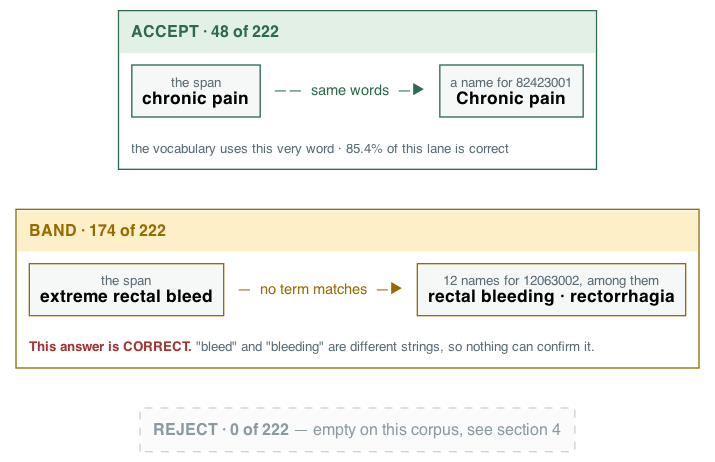
This is docs/figures/fig4a-accept-cadec.png from wbagais/reliability-ladder, a Graphviz export, as it was before one commit. Its source is kept beside it as docs/figures/fig4a-accept-cadec.dot. The source it was exported from:
```dot
digraph accept_cadec {
  rankdir=TB; bgcolor="white"; nodesep=0.28; ranksep=0.30;
  node [shape=none fontname="Helvetica" fontsize=12];

  acc [label=<<TABLE BORDER="1" CELLBORDER="0" CELLSPACING="0" CELLPADDING="9" COLOR="#2d6a4f">
    <TR><TD ALIGN="LEFT" BGCOLOR="#e3f0e6"><FONT POINT-SIZE="12" COLOR="#2d6a4f"><B>ACCEPT · 48 of 222</B></FONT></TD></TR>
    <TR><TD ALIGN="LEFT" BGCOLOR="#ffffff"><TABLE BORDER="0" CELLBORDER="1" CELLSPACING="0" CELLPADDING="7">
      <TR>
        <TD BGCOLOR="#f6f8f8"><FONT POINT-SIZE="10.5" COLOR="#5a6b73">the span</FONT><BR/><FONT POINT-SIZE="13"><B>chronic pain</B></FONT></TD>
        <TD BORDER="0"><FONT POINT-SIZE="11" COLOR="#2d6a4f"> &#8212;&#8212;  same words  &#8212;&#9654; </FONT></TD>
        <TD BGCOLOR="#f6f8f8"><FONT POINT-SIZE="10.5" COLOR="#5a6b73">a name for 82423001</FONT><BR/><FONT POINT-SIZE="13"><B>Chronic pain</B></FONT></TD>
      </TR></TABLE></TD></TR>
    <TR><TD ALIGN="LEFT" BGCOLOR="#ffffff"><FONT POINT-SIZE="10.5" COLOR="#5a6b73">the vocabulary uses this very word &#183; 85.4% of this lane is correct</FONT></TD></TR>
    </TABLE>>];

  band [label=<<TABLE BORDER="1" CELLBORDER="0" CELLSPACING="0" CELLPADDING="9" COLOR="#946c00">
    <TR><TD ALIGN="LEFT" BGCOLOR="#fdf0c8"><FONT POINT-SIZE="12" COLOR="#946c00"><B>BAND · 174 of 222</B></FONT></TD></TR>
    <TR><TD ALIGN="LEFT" BGCOLOR="#ffffff"><TABLE BORDER="0" CELLBORDER="1" CELLSPACING="0" CELLPADDING="7">
      <TR>
        <TD BGCOLOR="#f6f8f8"><FONT POINT-SIZE="10.5" COLOR="#5a6b73">the span</FONT><BR/><FONT POINT-SIZE="13"><B>extreme rectal bleed</B></FONT></TD>
        <TD BORDER="0"><FONT POINT-SIZE="11" COLOR="#946c00"> &#8212;  no term matches  &#8212;&#9654; </FONT></TD>
        <TD BGCOLOR="#f6f8f8"><FONT POINT-SIZE="10.5" COLOR="#5a6b73">12 names for 12063002, among them</FONT><BR/><FONT POINT-SIZE="13"><B>rectal bleeding &#183; rectorrhagia</B></FONT></TD>
      </TR></TABLE></TD></TR>
    <TR><TD ALIGN="LEFT" BGCOLOR="#ffffff"><FONT POINT-SIZE="10.5" COLOR="#a33333"><B>This answer is CORRECT.</B> <FONT COLOR="#5a6b73">"bleed" and "bleeding" are different strings, so nothing can confirm it.</FONT></FONT></TD></TR>
    </TABLE>>];

  rej [label=<<TABLE BORDER="1" CELLBORDER="0" CELLSPACING="0" CELLPADDING="9" COLOR="#c8d1d5" STYLE="dashed">
    <TR><TD ALIGN="LEFT" BGCOLOR="#fbfbfb"><FONT POINT-SIZE="12" COLOR="#8a9aa1"><B>REJECT &#183; 0 of 222</B> &#8212; empty on this corpus, see section 4</FONT></TD></TR>
    </TABLE>>];

  acc -> band [style=invis]; band -> rej [style=invis];
}
```
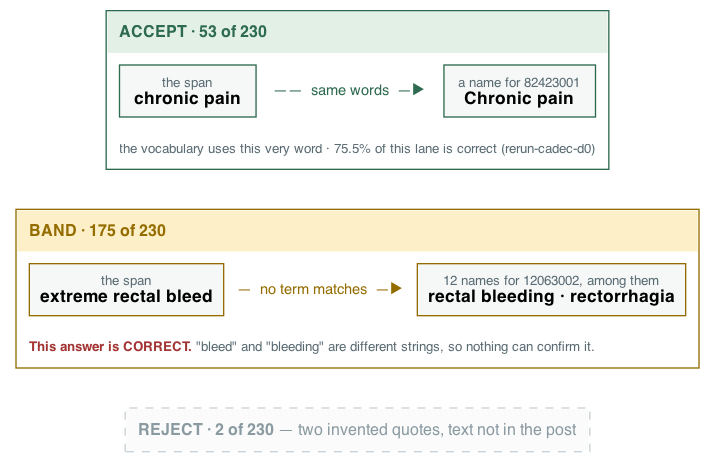
Later version of the same file.

Change to the diagram source:
```diff
@@ -3,18 +3,18 @@
   node [shape=none fontname="Helvetica" fontsize=12];
 
   acc [label=<<TABLE BORDER="1" CELLBORDER="0" CELLSPACING="0" CELLPADDING="9" COLOR="#2d6a4f">
-    <TR><TD ALIGN="LEFT" BGCOLOR="#e3f0e6"><FONT POINT-SIZE="12" COLOR="#2d6a4f"><B>ACCEPT · 48 of 222</B></FONT></TD></TR>
+    <TR><TD ALIGN="LEFT" BGCOLOR="#e3f0e6"><FONT POINT-SIZE="12" COLOR="#2d6a4f"><B>ACCEPT · 53 of 230</B></FONT></TD></TR>
     <TR><TD ALIGN="LEFT" BGCOLOR="#ffffff"><TABLE BORDER="0" CELLBORDER="1" CELLSPACING="0" CELLPADDING="7">
       <TR>
         <TD BGCOLOR="#f6f8f8"><FONT POINT-SIZE="10.5" COLOR="#5a6b73">the span</FONT><BR/><FONT POINT-SIZE="13"><B>chronic pain</B></FONT></TD>
         <TD BORDER="0"><FONT POINT-SIZE="11" COLOR="#2d6a4f"> &#8212;&#8212;  same words  &#8212;&#9654; </FONT></TD>
         <TD BGCOLOR="#f6f8f8"><FONT POINT-SIZE="10.5" COLOR="#5a6b73">a name for 82423001</FONT><BR/><FONT POINT-SIZE="13"><B>Chronic pain</B></FONT></TD>
       </TR></TABLE></TD></TR>
-    <TR><TD ALIGN="LEFT" BGCOLOR="#ffffff"><FONT POINT-SIZE="10.5" COLOR="#5a6b73">the vocabulary uses this very word &#183; 85.4% of this lane is correct</FONT></TD></TR>
+    <TR><TD ALIGN="LEFT" BGCOLOR="#ffffff"><FONT POINT-SIZE="10.5" COLOR="#5a6b73">the vocabulary uses this very word &#183; 75.5% of this lane is correct (rerun-cadec-d0)</FONT></TD></TR>
     </TABLE>>];
 
   band [label=<<TABLE BORDER="1" CELLBORDER="0" CELLSPACING="0" CELLPADDING="9" COLOR="#946c00">
-    <TR><TD ALIGN="LEFT" BGCOLOR="#fdf0c8"><FONT POINT-SIZE="12" COLOR="#946c00"><B>BAND · 174 of 222</B></FONT></TD></TR>
+    <TR><TD ALIGN="LEFT" BGCOLOR="#fdf0c8"><FONT POINT-SIZE="12" COLOR="#946c00"><B>BAND · 175 of 230</B></FONT></TD></TR>
     <TR><TD ALIGN="LEFT" BGCOLOR="#ffffff"><TABLE BORDER="0" CELLBORDER="1" CELLSPACING="0" CELLPADDING="7">
       <TR>
         <TD BGCOLOR="#f6f8f8"><FONT POINT-SIZE="10.5" COLOR="#5a6b73">the span</FONT><BR/><FONT POINT-SIZE="13"><B>extreme rectal bleed</B></FONT></TD>
@@ -25,7 +25,7 @@
     </TABLE>>];
 
   rej [label=<<TABLE BORDER="1" CELLBORDER="0" CELLSPACING="0" CELLPADDING="9" COLOR="#c8d1d5" STYLE="dashed">
-    <TR><TD ALIGN="LEFT" BGCOLOR="#fbfbfb"><FONT POINT-SIZE="12" COLOR="#8a9aa1"><B>REJECT &#183; 0 of 222</B> &#8212; empty on this corpus, see section 4</FONT></TD></TR>
+    <TR><TD ALIGN="LEFT" BGCOLOR="#fbfbfb"><FONT POINT-SIZE="12" COLOR="#8a9aa1"><B>REJECT &#183; 2 of 230</B> &#8212; two invented quotes, text not in the post</FONT></TD></TR>
     </TABLE>>];
 
   acc -> band [style=invis]; band -> rej [style=invis];
```
